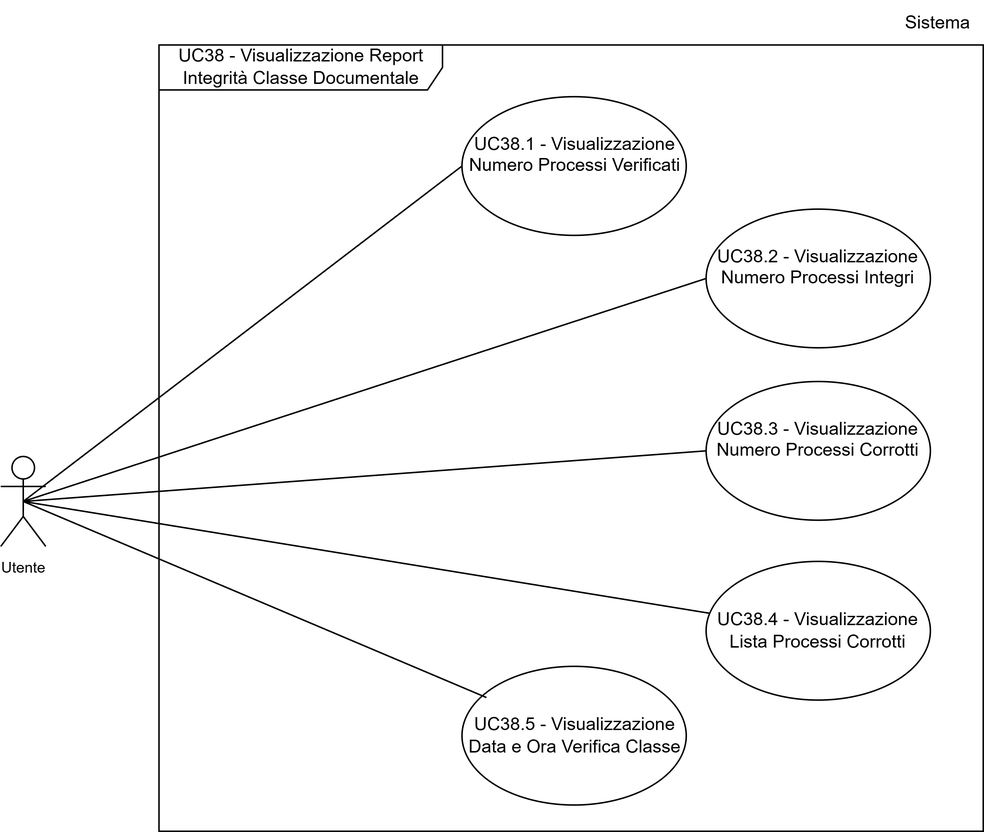
Before: assets/uml/IncUC38.png, a diagram exported from draw.io (7-ZPUs/Docs). Source tidied: cells renumbered, new cells last; positions are measured from the earlier drawing's top-left corner, leaving out a move shared by most shapes. The source it was exported from:
```xml
<mxGraphModel>
  <root>
    <mxCell id="0" />
    <mxCell id="1" parent="0" />
    <mxCell id="2" value=" UC38.1 - Visualizzazione Numero Processi Verificati&lt;div&gt;&lt;br/&gt;&lt;/div&gt;" style="ellipse;whiteSpace=wrap;html=1;" parent="1" vertex="1">
      <mxGeometry x="307.5" y="64" width="149.5" height="92.5" as="geometry" />
    </mxCell>
    <mxCell id="3" style="rounded=0;jettySize=auto;html=1;entryX=0;entryY=0.5;entryDx=0;entryDy=0;strokeColor=default;endArrow=none;endFill=0;exitX=0.5;exitY=0.5;exitDx=0;exitDy=0;exitPerimeter=0;" parent="1" edge="1" source="4" target="2">
      <mxGeometry relative="1" as="geometry" />
    </mxCell>
    <mxCell id="4" value="&lt;font style=&quot;font-size: 10px;&quot;&gt;Utente&lt;/font&gt;" style="shape=umlActor;verticalLabelPosition=bottom;verticalAlign=top;html=1;outlineConnect=0;" parent="1" vertex="1">
      <mxGeometry y="304" width="30" height="60" as="geometry" />
    </mxCell>
    <mxCell id="5" value="UC38 - Visualizzazione Report Integrità Classe Documentale" style="shape=umlFrame;whiteSpace=wrap;html=1;width=189;height=30;" parent="1" vertex="1">
      <mxGeometry x="105.5" y="29.5" width="549.5" height="524.5" as="geometry" />
    </mxCell>
    <mxCell id="6" value=" UC38.2 - Visualizzazione Numero Processi Integri&lt;div&gt;&lt;br/&gt;&lt;/div&gt;" style="ellipse;whiteSpace=wrap;html=1;" parent="1" vertex="1">
      <mxGeometry x="470.2" y="139" width="149.5" height="92.5" as="geometry" />
    </mxCell>
    <mxCell id="7" style="rounded=0;jettySize=auto;html=1;entryX=0;entryY=0.5;entryDx=0;entryDy=0;strokeColor=default;endArrow=none;endFill=0;exitX=0.5;exitY=0.5;exitDx=0;exitDy=0;exitPerimeter=0;" parent="1" edge="1" source="4" target="6">
      <mxGeometry relative="1" as="geometry" />
    </mxCell>
    <mxCell id="8" value="UC38.3 - Visualizzazione Numero Processi Corrotti&lt;div&gt;&lt;br/&gt;&lt;/div&gt;" style="ellipse;whiteSpace=wrap;html=1;" parent="1" vertex="1">
      <mxGeometry x="470.2" y="254" width="149.5" height="92.5" as="geometry" />
    </mxCell>
    <mxCell id="9" style="rounded=0;jettySize=auto;html=1;entryX=0;entryY=0.5;entryDx=0;entryDy=0;strokeColor=default;endArrow=none;endFill=0;exitX=0.5;exitY=0.5;exitDx=0;exitDy=0;exitPerimeter=0;" parent="1" edge="1" source="4" target="8">
      <mxGeometry relative="1" as="geometry" />
    </mxCell>
    <mxCell id="10" value="&lt;font style=&quot;font-size: 12px;&quot;&gt;Sistema&lt;/font&gt;" style="text;html=1;whiteSpace=wrap;strokeColor=none;fillColor=none;align=center;verticalAlign=middle;rounded=0;fontSize=10;" parent="1" vertex="1">
      <mxGeometry x="595" y="-0.5" width="60" height="30" as="geometry" />
    </mxCell>
    <mxCell id="11" value="UC38.4 - Visualizzazione Lista Processi Corrotti" style="ellipse;whiteSpace=wrap;html=1;" parent="1" vertex="1">
      <mxGeometry x="470.2" y="374" width="149.5" height="92.5" as="geometry" />
    </mxCell>
    <mxCell id="12" style="rounded=0;jettySize=auto;html=1;strokeColor=default;endArrow=none;endFill=0;" parent="1" edge="1" target="11">
      <mxGeometry relative="1" as="geometry">
        <mxPoint x="15" y="334" as="sourcePoint" />
      </mxGeometry>
    </mxCell>
    <mxCell id="13" value="UC38.5 - Visualizzazione Data e Ora Verifica Classe" style="ellipse;whiteSpace=wrap;html=1;" parent="1" vertex="1">
      <mxGeometry x="307.5" y="444" width="149.5" height="92.5" as="geometry" />
    </mxCell>
    <mxCell id="14" style="rounded=0;jettySize=auto;html=1;entryX=0.109;entryY=0.225;entryDx=0;entryDy=0;strokeColor=default;endArrow=none;endFill=0;entryPerimeter=0;exitX=0.5;exitY=0.5;exitDx=0;exitDy=0;exitPerimeter=0;" parent="1" edge="1" source="4" target="13">
      <mxGeometry relative="1" as="geometry" />
    </mxCell>
  </root>
</mxGraphModel>
```
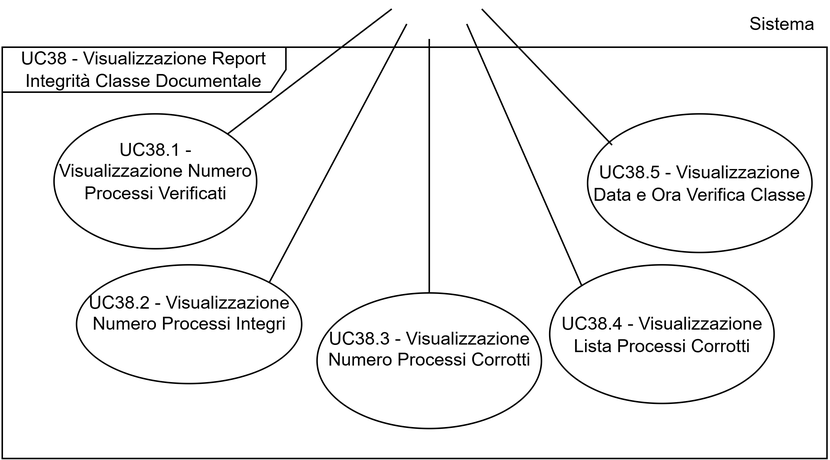
After the commit.

What changed in the source:
```diff
@@ -3,45 +3,50 @@
     <mxCell id="0" />
     <mxCell id="1" parent="0" />
     <mxCell id="2" value=" UC38.1 - Visualizzazione Numero Processi Verificati&lt;div&gt;&lt;br/&gt;&lt;/div&gt;" style="ellipse;whiteSpace=wrap;html=1;" parent="1" vertex="1">
-      <mxGeometry x="307.5" y="64" width="149.5" height="92.5" as="geometry" />
+      <mxGeometry x="739.5" y="-47.5" width="135" height="90" as="geometry" />
     </mxCell>
-    <mxCell id="3" style="rounded=0;jettySize=auto;html=1;entryX=0;entryY=0.5;entryDx=0;entryDy=0;strokeColor=default;endArrow=none;endFill=0;exitX=0.5;exitY=0.5;exitDx=0;exitDy=0;exitPerimeter=0;" parent="1" edge="1" source="4" target="2">
-      <mxGeometry relative="1" as="geometry" />
+    <mxCell id="3" style="rounded=0;jettySize=auto;html=1;entryX=1;entryY=0;entryDx=0;entryDy=0;strokeColor=default;endArrow=none;endFill=0;" parent="1" edge="1" target="2">
+      <mxGeometry relative="1" as="geometry">
+        <mxPoint x="964.5" y="-117.5" as="sourcePoint" />
+      </mxGeometry>
     </mxCell>
-    <mxCell id="4" value="&lt;font style=&quot;font-size: 10px;&quot;&gt;Utente&lt;/font&gt;" style="shape=umlActor;verticalLabelPosition=bottom;verticalAlign=top;html=1;outlineConnect=0;" parent="1" vertex="1">
-      <mxGeometry y="304" width="30" height="60" as="geometry" />
+    <mxCell id="4" value="UC38 - Visualizzazione Report Integrità Classe Documentale" style="shape=umlFrame;whiteSpace=wrap;html=1;width=189;height=30;" parent="1" vertex="1">
+      <mxGeometry x="705" y="-92" width="549.5" height="274.5" as="geometry" />
     </mxCell>
-    <mxCell id="5" value="UC38 - Visualizzazione Report Integrità Classe Documentale" style="shape=umlFrame;whiteSpace=wrap;html=1;width=189;height=30;" parent="1" vertex="1">
-      <mxGeometry x="105.5" y="29.5" width="549.5" height="524.5" as="geometry" />
+    <mxCell id="5" value=" UC38.2 - Visualizzazione Numero Processi Integri&lt;div&gt;&lt;br/&gt;&lt;/div&gt;" style="ellipse;whiteSpace=wrap;html=1;" parent="1" vertex="1">
+      <mxGeometry x="754.5" y="53.2" width="150" height="79.2" as="geometry" />
     </mxCell>
-    <mxCell id="6" value=" UC38.2 - Visualizzazione Numero Processi Integri&lt;div&gt;&lt;br/&gt;&lt;/div&gt;" style="ellipse;whiteSpace=wrap;html=1;" parent="1" vertex="1">
-      <mxGeometry x="470.2" y="139" width="149.5" height="92.5" as="geometry" />
+    <mxCell id="6" style="rounded=0;jettySize=auto;html=1;entryX=1;entryY=0;entryDx=0;entryDy=0;strokeColor=default;endArrow=none;endFill=0;" parent="1" edge="1" target="5">
+      <mxGeometry relative="1" as="geometry">
+        <mxPoint x="974.5" y="-107.5" as="sourcePoint" />
+      </mxGeometry>
     </mxCell>
-    <mxCell id="7" style="rounded=0;jettySize=auto;html=1;entryX=0;entryY=0.5;entryDx=0;entryDy=0;strokeColor=default;endArrow=none;endFill=0;exitX=0.5;exitY=0.5;exitDx=0;exitDy=0;exitPerimeter=0;" parent="1" edge="1" source="4" target="6">
-      <mxGeometry relative="1" as="geometry" />
+    <mxCell id="7" value="UC38.3 - Visualizzazione Numero Processi Corrotti&lt;div&gt;&lt;br/&gt;&lt;/div&gt;" style="ellipse;whiteSpace=wrap;html=1;" parent="1" vertex="1">
+      <mxGeometry x="914.8" y="72" width="149.5" height="90.5" as="geometry" />
     </mxCell>
-    <mxCell id="8" value="UC38.3 - Visualizzazione Numero Processi Corrotti&lt;div&gt;&lt;br/&gt;&lt;/div&gt;" style="ellipse;whiteSpace=wrap;html=1;" parent="1" vertex="1">
-      <mxGeometry x="470.2" y="254" width="149.5" height="92.5" as="geometry" />
+    <mxCell id="8" style="rounded=0;jettySize=auto;html=1;entryX=0.5;entryY=0;entryDx=0;entryDy=0;strokeColor=default;endArrow=none;endFill=0;" parent="1" edge="1" target="7">
+      <mxGeometry relative="1" as="geometry">
+        <mxPoint x="989.5" y="-97.5" as="sourcePoint" />
+      </mxGeometry>
     </mxCell>
-    <mxCell id="9" style="rounded=0;jettySize=auto;html=1;entryX=0;entryY=0.5;entryDx=0;entryDy=0;strokeColor=default;endArrow=none;endFill=0;exitX=0.5;exitY=0.5;exitDx=0;exitDy=0;exitPerimeter=0;" parent="1" edge="1" source="4" target="8">
-      <mxGeometry relative="1" as="geometry" />
+    <mxCell id="9" value="&lt;font style=&quot;font-size: 12px;&quot;&gt;Sistema&lt;/font&gt;" style="text;html=1;whiteSpace=wrap;strokeColor=none;fillColor=none;align=center;verticalAlign=middle;rounded=0;fontSize=10;" parent="1" vertex="1">
+      <mxGeometry x="1194.5" y="-122" width="60" height="30" as="geometry" />
     </mxCell>
-    <mxCell id="10" value="&lt;font style=&quot;font-size: 12px;&quot;&gt;Sistema&lt;/font&gt;" style="text;html=1;whiteSpace=wrap;strokeColor=none;fillColor=none;align=center;verticalAlign=middle;rounded=0;fontSize=10;" parent="1" vertex="1">
-      <mxGeometry x="595" y="-0.5" width="60" height="30" as="geometry" />
+    <mxCell id="10" value="UC38.4 - Visualizzazione Lista Processi Corrotti" style="ellipse;whiteSpace=wrap;html=1;" parent="1" vertex="1">
+      <mxGeometry x="1069.8" y="53.2" width="149.5" height="92.5" as="geometry" />
     </mxCell>
-    <mxCell id="11" value="UC38.4 - Visualizzazione Lista Processi Corrotti" style="ellipse;whiteSpace=wrap;html=1;" parent="1" vertex="1">
-      <mxGeometry x="470.2" y="374" width="149.5" height="92.5" as="geometry" />
+    <mxCell id="11" style="rounded=0;jettySize=auto;html=1;strokeColor=default;endArrow=none;endFill=0;entryX=0;entryY=0;entryDx=0;entryDy=0;" parent="1" edge="1" target="10">
+      <mxGeometry relative="1" as="geometry">
+        <mxPoint x="1014.5" y="-107.5" as="sourcePoint" />
+      </mxGeometry>
     </mxCell>
-    <mxCell id="12" style="rounded=0;jettySize=auto;html=1;strokeColor=default;endArrow=none;endFill=0;" parent="1" edge="1" target="11">
-      <mxGeometry relative="1" as="geometry">
-        <mxPoint x="15" y="334" as="sourcePoint" />
-      </mxGeometry>
+    <mxCell id="12" value="UC38.5 - Visualizzazione Data e Ora Verifica Classe" style="ellipse;whiteSpace=wrap;html=1;" parent="1" vertex="1">
+      <mxGeometry x="1095" y="-47.5" width="149.5" height="92.5" as="geometry" />
     </mxCell>
-    <mxCell id="13" value="UC38.5 - Visualizzazione Data e Ora Verifica Classe" style="ellipse;whiteSpace=wrap;html=1;" parent="1" vertex="1">
-      <mxGeometry x="307.5" y="444" width="149.5" height="92.5" as="geometry" />
+    <mxCell id="13" style="rounded=0;jettySize=auto;html=1;entryX=0.109;entryY=0.225;entryDx=0;entryDy=0;strokeColor=default;endArrow=none;endFill=0;entryPerimeter=0;" parent="1" edge="1" target="12">
+      <mxGeometry relative="1" as="geometry">
+        <mxPoint x="1024.5" y="-117.5" as="sourcePoint" />
+      </mxGeometry>
     </mxCell>
-    <mxCell id="14" style="rounded=0;jettySize=auto;html=1;entryX=0.109;entryY=0.225;entryDx=0;entryDy=0;strokeColor=default;endArrow=none;endFill=0;entryPerimeter=0;exitX=0.5;exitY=0.5;exitDx=0;exitDy=0;exitPerimeter=0;" parent="1" edge="1" source="4" target="13">
-      <mxGeometry relative="1" as="geometry" />
-    </mxCell>
   </root>
 </mxGraphModel>
```
